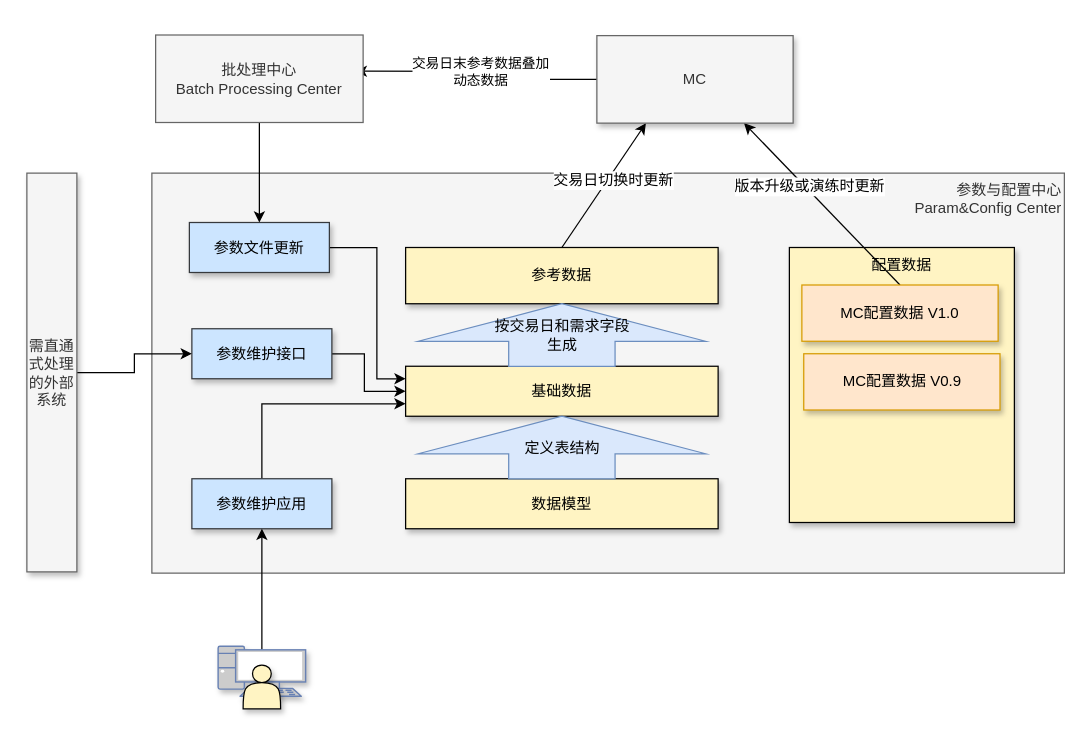
gotrade/gotrade keeps this draw.io diagram as page "Param Center-1" (7 of 10) of 交易系统升级流图 (2).drawio. Above is the earlier version. Source tidied: cells renumbered, new cells numbered last; positions are measured from the earlier drawing's top-left corner, leaving out a move shared by most shapes. Both pictures are drawn from the tidied source at 125%, with x=0, y=0 at pixel (26, 34).
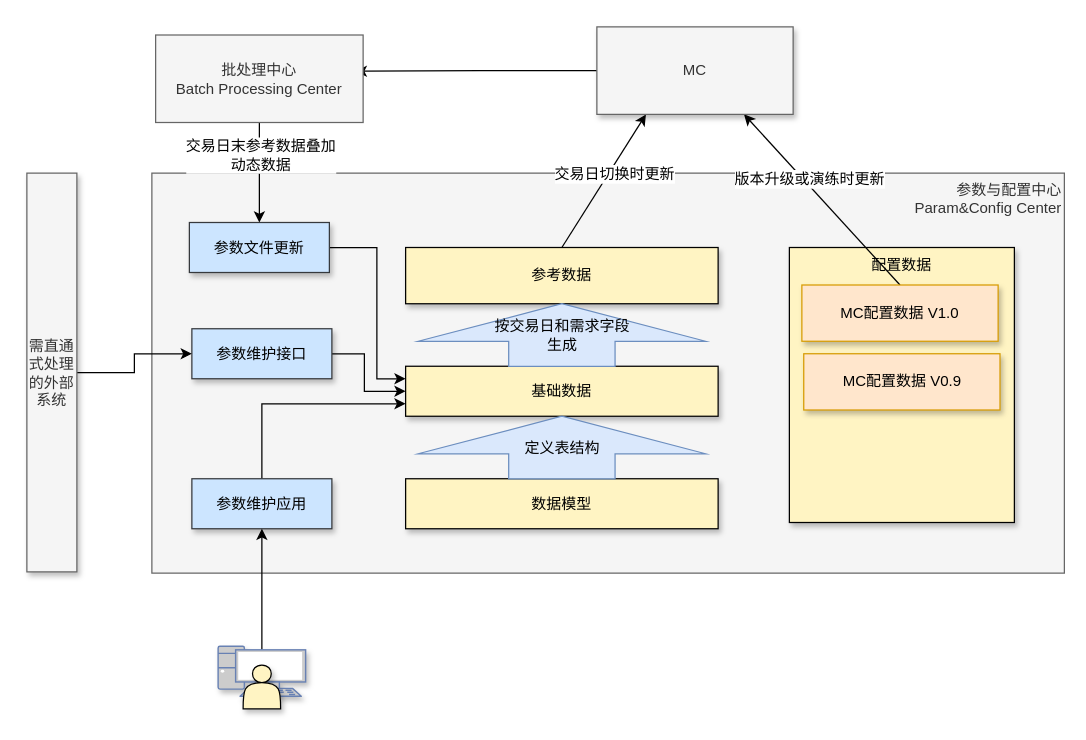
The same diagram, later.

The change refers to these unchanged cells:
```xml
<mxCell id="24" style="edgeStyle=orthogonalEdgeStyle;rounded=0;jettySize=auto;html=1;exitX=0.5;exitY=1;exitDx=0;exitDy=0;" parent="1" edge="1" source="25" target="27">
  <mxGeometry relative="1" as="geometry" />
</mxCell>
<mxCell id="25" value="批处理中心&lt;br&gt;Batch Processing Center" style="rounded=0;whiteSpace=wrap;html=1;fillColor=#f5f5f5;verticalAlign=middle;strokeColor=#666666;fontColor=#333333;align=center;" parent="1" vertex="1">
  <mxGeometry x="103" y="0.5" width="166" height="70" as="geometry" />
</mxCell>
```

What changed in the source:
```diff
@@
-    <mxCell id="15" value="交易日末参考数据叠加&lt;br&gt;动态数据" style="edgeStyle=orthogonalEdgeStyle;rounded=0;jettySize=auto;html=1;exitX=0;exitY=0.5;exitDx=0;exitDy=0;entryX=0.964;entryY=0.414;entryDx=0;entryDy=0;endArrow=classic;endFill=1;entryPerimeter=0;" parent="1" edge="1" source="16" target="25">
+    <mxCell id="15" style="edgeStyle=orthogonalEdgeStyle;rounded=0;jettySize=auto;html=1;exitX=0;exitY=0.5;exitDx=0;exitDy=0;entryX=0.964;entryY=0.414;entryDx=0;entryDy=0;endArrow=classic;endFill=1;entryPerimeter=0;" parent="1" edge="1" source="16" target="25">
       <mxGeometry relative="1" as="geometry" />
     </mxCell>
     <mxCell id="16" value="MC" style="rounded=0;whiteSpace=wrap;html=1;shadow=1;fillColor=#f5f5f5;verticalAlign=middle;strokeColor=#666666;fontColor=#333333;" parent="1" vertex="1">
-      <mxGeometry x="456" y="1" width="157" height="70" as="geometry" />
+      <mxGeometry x="456" y="-6" width="157" height="70" as="geometry" />
     </mxCell>
@@
+    <mxCell id="30" value="&lt;span&gt;交易日末参考数据叠加&lt;/span&gt;&lt;br&gt;&lt;span&gt;动态数据&lt;/span&gt;" style="text;html=1;align=center;verticalAlign=middle;labelBackgroundColor=#ffffff;" parent="24" vertex="1">
+      <mxGeometry x="-0.35" relative="1" as="geometry" />
+    </mxCell>
```
